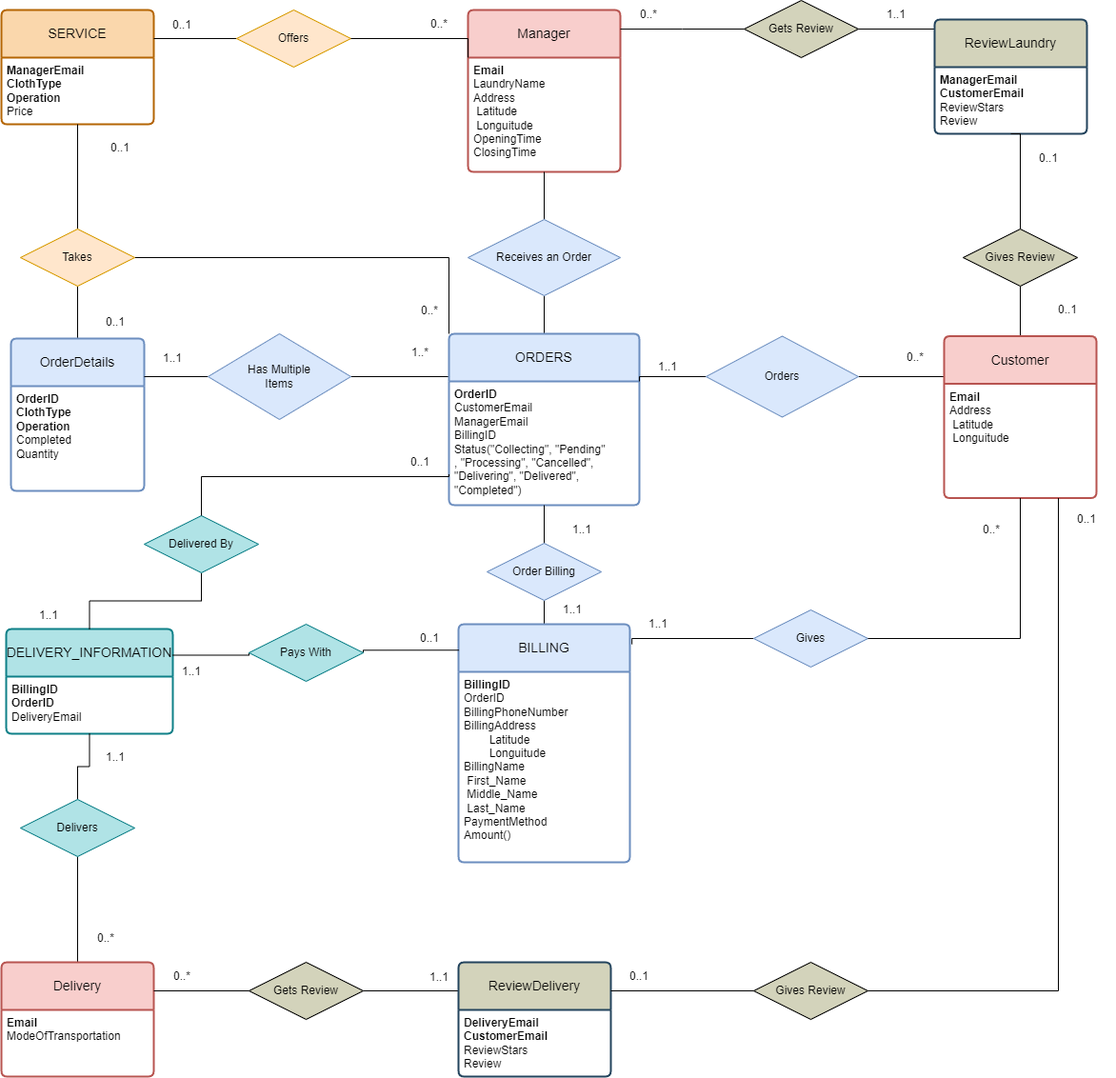
Above: ER Diagrams/Order.drawio.png in LaundryManagementSystem-LMS-IUT/database (draw.io), before the change. Source tidied: cells renumbered, new cells last; positions are measured from the earlier drawing's top-left corner, leaving out a move shared by most shapes.
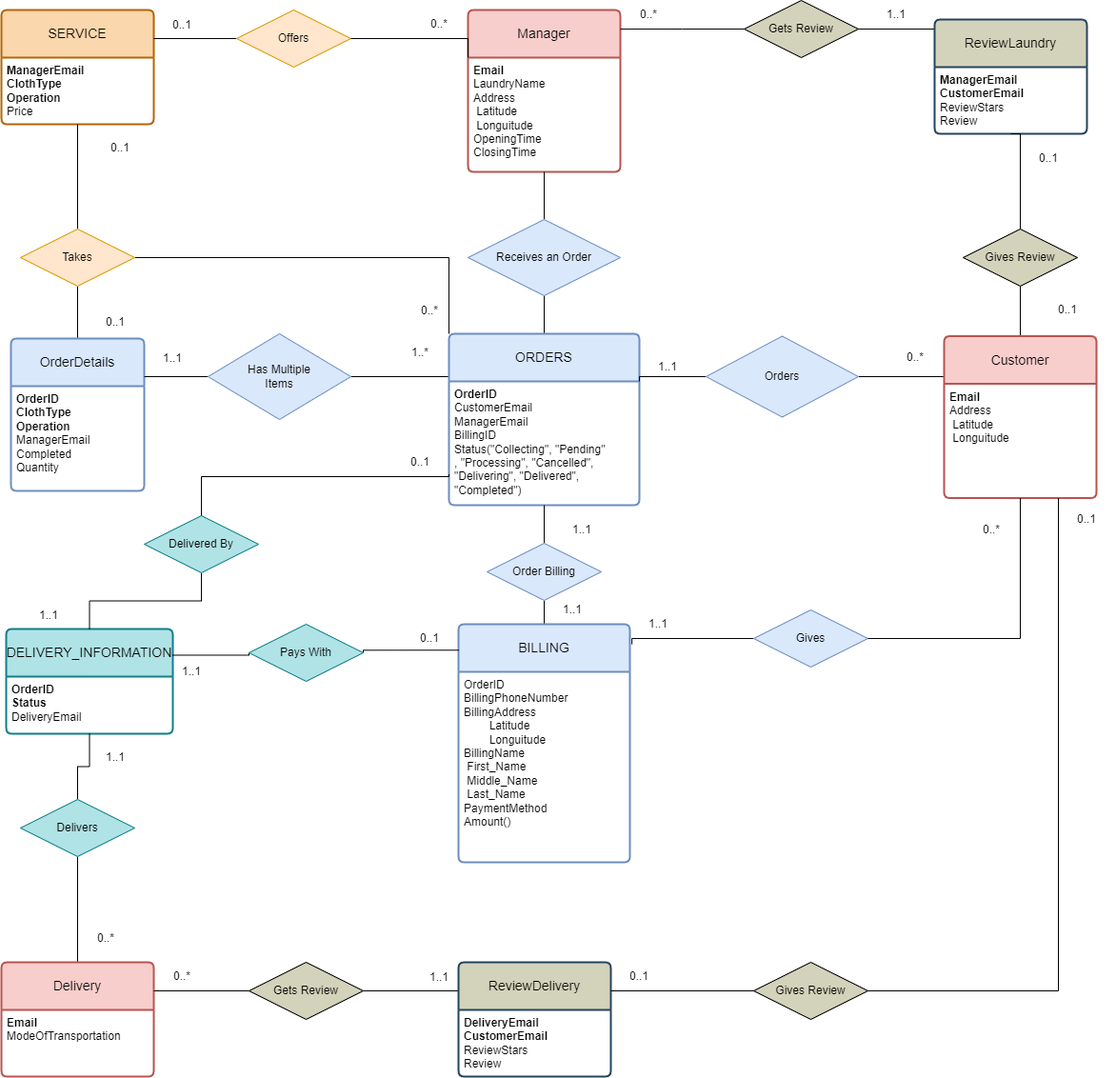
After the change.

The edit, as a diff of the source:
```diff
@@ -50,7 +50,7 @@
     <mxCell id="17" value="BILLING" style="swimlane;horizontal=1;startSize=50;rounded=1;fontSize=14;fontStyle=0;strokeWidth=2;shadow=0;dashed=0;align=center;arcSize=4;whiteSpace=wrap;html=1;fillColor=#dae8fc;strokeColor=#6c8ebf;" parent="1" vertex="1">
       <mxGeometry x="480" y="655" width="180" height="250" as="geometry" />
     </mxCell>
-    <mxCell id="18" value="&lt;b&gt;BillingID&lt;br&gt;&lt;/b&gt;OrderID&lt;br&gt;BillingPhoneNumber&lt;br&gt;BillingAddress&lt;br&gt;&lt;span style=&quot;white-space: pre;&quot;&gt; &lt;span style=&quot;white-space: pre;&quot;&gt;&#9;&lt;/span&gt;&lt;/span&gt;Latitude&lt;br&gt;&lt;span style=&quot;white-space: pre;&quot;&gt; &lt;span style=&quot;white-space: pre;&quot;&gt;&#9;&lt;/span&gt;&lt;/span&gt;Longuitude&lt;br&gt;BillingName&lt;br&gt;&lt;span style=&quot;white-space: pre;&quot;&gt; &lt;/span&gt;First_Name&lt;br&gt;&lt;span style=&quot;white-space: pre;&quot;&gt; &lt;/span&gt;Middle_Name&lt;br&gt;&lt;span style=&quot;white-space: pre;&quot;&gt; &lt;/span&gt;Last_Name&lt;br&gt;PaymentMethod&lt;br&gt;Amount()" style="align=left;strokeColor=none;fillColor=none;spacingLeft=4;fontSize=12;verticalAlign=top;html=1;" parent="17" vertex="1">
+    <mxCell id="18" value="OrderID&lt;br&gt;BillingPhoneNumber&lt;br&gt;BillingAddress&lt;br&gt;&lt;span style=&quot;white-space: pre;&quot;&gt; &lt;span style=&quot;white-space: pre;&quot;&gt;&#9;&lt;/span&gt;&lt;/span&gt;Latitude&lt;br&gt;&lt;span style=&quot;white-space: pre;&quot;&gt; &lt;span style=&quot;white-space: pre;&quot;&gt;&#9;&lt;/span&gt;&lt;/span&gt;Longuitude&lt;br&gt;BillingName&lt;br&gt;&lt;span style=&quot;white-space: pre;&quot;&gt; &lt;/span&gt;First_Name&lt;br&gt;&lt;span style=&quot;white-space: pre;&quot;&gt; &lt;/span&gt;Middle_Name&lt;br&gt;&lt;span style=&quot;white-space: pre;&quot;&gt; &lt;/span&gt;Last_Name&lt;br&gt;PaymentMethod&lt;br&gt;Amount()" style="align=left;strokeColor=none;fillColor=none;spacingLeft=4;fontSize=12;verticalAlign=top;html=1;" parent="17" vertex="1">
       <mxGeometry y="50" width="180" height="200" as="geometry" />
     </mxCell>
     <mxCell id="19" style="edgeStyle=orthogonalEdgeStyle;rounded=0;jettySize=auto;html=1;exitX=0.5;exitY=0;exitDx=0;exitDy=0;entryX=0.5;entryY=1;entryDx=0;entryDy=0;endArrow=none;endFill=0;" parent="1" edge="1" source="20" target="42">
@@ -59,13 +59,13 @@
     <mxCell id="20" value="OrderDetails" style="swimlane;horizontal=1;startSize=50;rounded=1;fontSize=14;fontStyle=0;strokeWidth=2;shadow=0;dashed=0;align=center;arcSize=4;whiteSpace=wrap;html=1;fillColor=#dae8fc;strokeColor=#6c8ebf;" parent="1" vertex="1">
       <mxGeometry x="10" y="355" width="140" height="160" as="geometry" />
     </mxCell>
-    <mxCell id="21" value="&lt;b&gt;OrderID&lt;/b&gt;&lt;br&gt;&lt;b&gt;ClothType&lt;br&gt;&lt;/b&gt;&lt;b style=&quot;border-color: var(--border-color);&quot;&gt;Operation&lt;/b&gt;&lt;br&gt;Completed&lt;br&gt;Quantity" style="align=left;strokeColor=none;fillColor=none;spacingLeft=4;fontSize=12;verticalAlign=top;html=1;" parent="20" vertex="1">
+    <mxCell id="21" value="&lt;b&gt;OrderID&lt;/b&gt;&lt;br&gt;&lt;b&gt;ClothType&lt;br&gt;&lt;/b&gt;&lt;b style=&quot;border-color: var(--border-color);&quot;&gt;Operation&lt;/b&gt;&lt;br&gt;ManagerEmail&lt;br&gt;Completed&lt;br&gt;Quantity" style="align=left;strokeColor=none;fillColor=none;spacingLeft=4;fontSize=12;verticalAlign=top;html=1;" parent="20" vertex="1">
       <mxGeometry y="50" width="140" height="110" as="geometry" />
     </mxCell>
     <mxCell id="22" value="DELIVERY_INFORMATION" style="swimlane;horizontal=1;startSize=50;rounded=1;fontSize=14;fontStyle=0;strokeWidth=2;shadow=0;dashed=0;align=center;arcSize=4;whiteSpace=wrap;html=1;fillColor=#b0e3e6;strokeColor=#0e8088;" parent="1" vertex="1">
       <mxGeometry x="5" y="660" width="175" height="110" as="geometry" />
     </mxCell>
-    <mxCell id="23" value="&lt;b style=&quot;border-color: var(--border-color);&quot;&gt;BillingID&lt;br style=&quot;border-color: var(--border-color);&quot;&gt;OrderID&lt;/b&gt;&lt;br&gt;DeliveryEmail" style="align=left;strokeColor=none;fillColor=none;spacingLeft=4;fontSize=12;verticalAlign=top;html=1;" parent="22" vertex="1">
+    <mxCell id="23" value="&lt;b style=&quot;border-color: var(--border-color);&quot;&gt;OrderID&lt;br&gt;&lt;/b&gt;&lt;b&gt;Status&lt;/b&gt;&lt;br&gt;DeliveryEmail" style="align=left;strokeColor=none;fillColor=none;spacingLeft=4;fontSize=12;verticalAlign=top;html=1;" parent="22" vertex="1">
       <mxGeometry y="50" width="175" height="60" as="geometry" />
     </mxCell>
     <mxCell id="24" value="SERVICE" style="swimlane;horizontal=1;startSize=50;rounded=1;fontSize=14;fontStyle=0;strokeWidth=2;shadow=0;dashed=0;align=center;arcSize=4;whiteSpace=wrap;html=1;fillColor=#fad7ac;strokeColor=#b46504;" parent="1" vertex="1">
```
